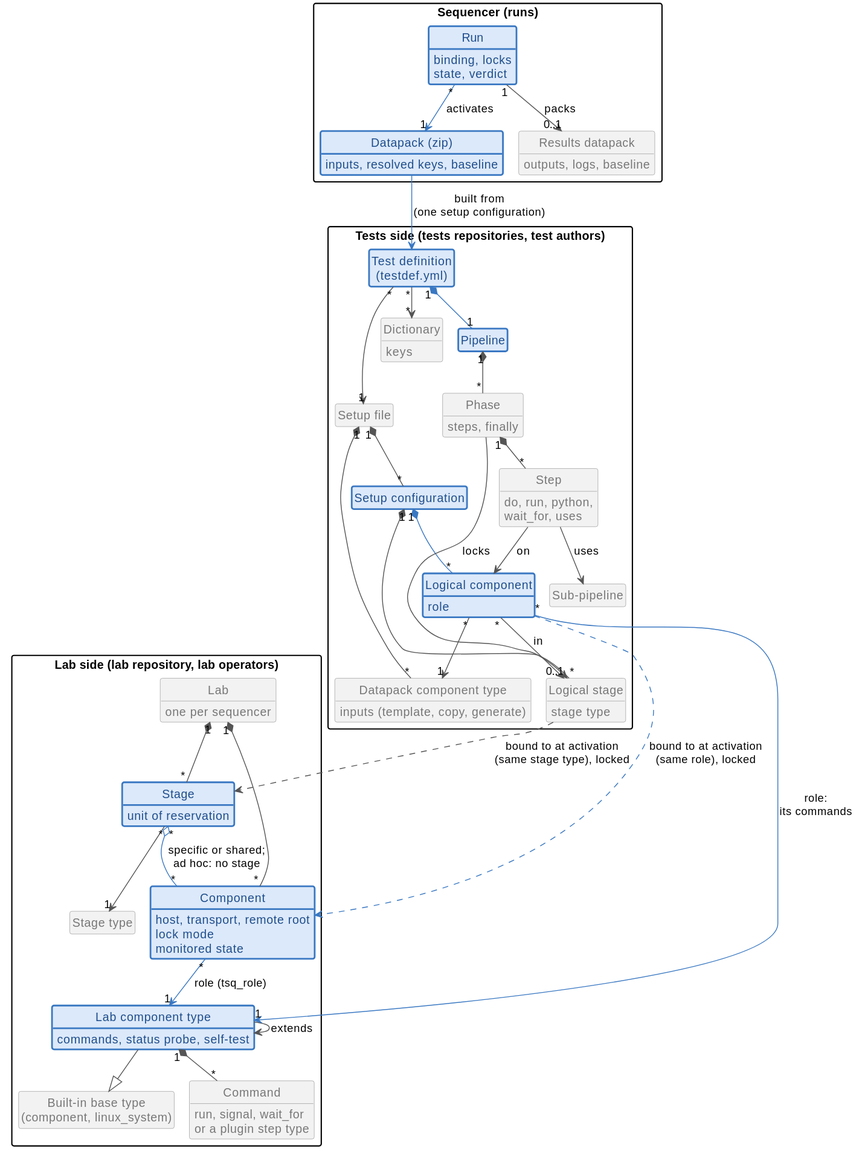
The PlantUML diagram docs/diagrams/data_model.svg in laurentmldev/testsuit, before a commit.
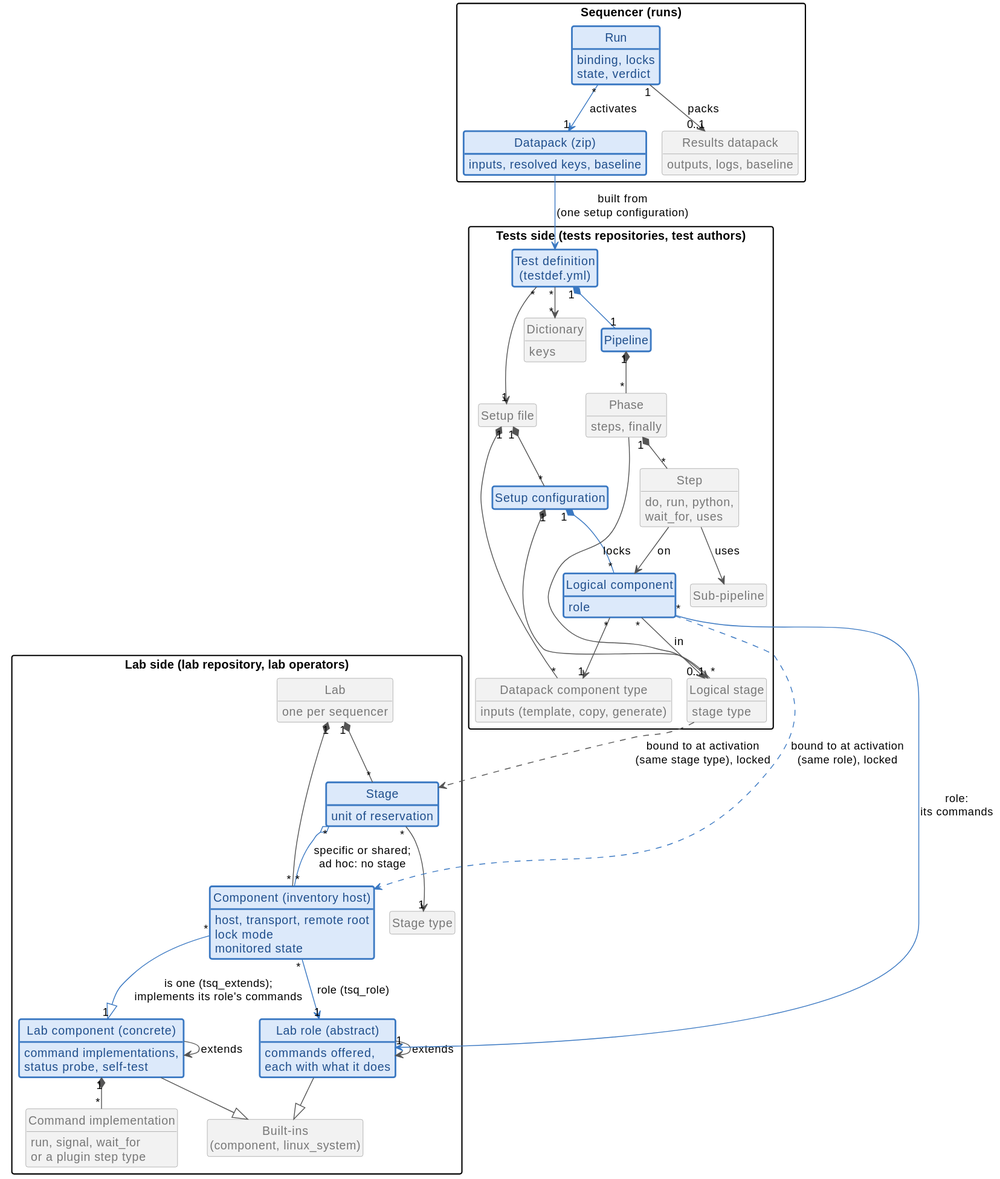
Above is the later version.

The edit, as a diff of the source:
```diff
@@ -22,16 +22,21 @@
     unit of reservation
   }
   class "Stage type" as StageType
-  class "Component" as Component #DCE9FA;line:3A78C2;line.bold;text:1F4E8C {
+  class "Component (inventory host)" as Component #DCE9FA;line:3A78C2;line.bold;text:1F4E8C {
     host, transport, remote root
     lock mode
     monitored state
   }
-  class "Lab component type" as LabType #DCE9FA;line:3A78C2;line.bold;text:1F4E8C {
-    commands, status probe, self-test
+  class "Lab role (abstract)" as LabRole #DCE9FA;line:3A78C2;line.bold;text:1F4E8C {
+    commands offered,
+    each with what it does
   }
-  class "Built-in base type\n(component, linux_system)" as BaseType
-  class "Command" as Command {
+  class "Lab component (concrete)" as LabComp #DCE9FA;line:3A78C2;line.bold;text:1F4E8C {
+    command implementations,
+    status probe, self-test
+  }
+  class "Built-ins\n(component, linux_system)" as BaseType
+  class "Command implementation" as Command {
     run, signal, wait_for
     or a plugin step type
   }
@@ -81,10 +86,13 @@
 Lab "1" *-- "*" Component
 Stage "*" o-[#3A78C2]- "*" Component : specific or shared;\nad hoc: no stage
 Stage "*" --> "1" StageType
-Component "*" -[#3A78C2]-> "1" LabType : role (tsq_role)
-LabType --> LabType : extends
-LabType --|> BaseType
-LabType "1" *-- "*" Command
+Component "*" -[#3A78C2]-> "1" LabRole : role (tsq_role)
+Component "*" -[#3A78C2]-|> "1" LabComp : is one (tsq_extends);\nimplements its role's commands
+LabRole --> LabRole : extends
+LabComp --> LabComp : extends
+LabRole --|> BaseType
+LabComp --|> BaseType
+LabComp "1" *-- "*" Command
 
 TestDef "*" --> "1" Setup
 TestDef "1" *-[#3A78C2]- "1" Pipeline
@@ -95,7 +103,7 @@
 SetupConf "1" *-[#3A78C2]- "*" LComp
 LComp "*" --> "0..1" LStage : in
 LComp "*" --> "1" DpType
-LComp "*" -[#3A78C2]-> "1" LabType : role:\nits commands
+LComp "*" -[#3A78C2]-> "1" LabRole : role:\nits commands
 Pipeline "1" *-- "*" Phase
 Phase "1" *-- "*" Step
 Step --> SubPipe : uses
```
